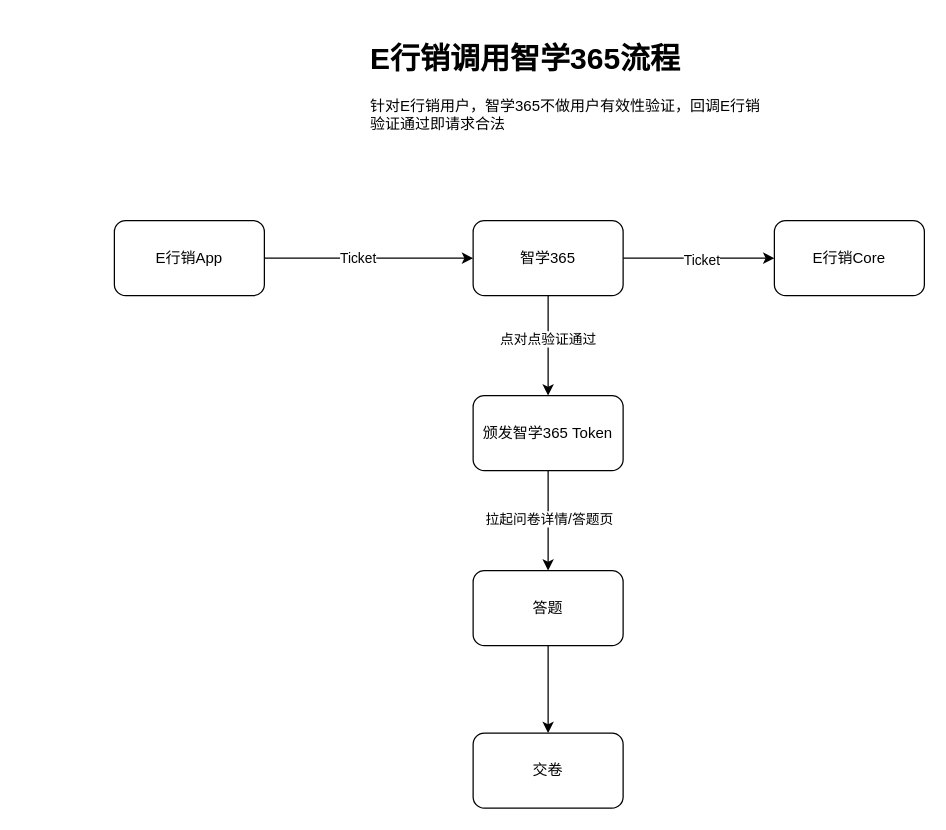
Before: E行销问卷流程.drawio in rainerpiao/cloud-computing, a draw.io diagram. Source tidied: cells renumbered, new cells numbered last; positions are measured from the earlier drawing's top-left corner, leaving out a move shared by most shapes. Both pictures are drawn from the tidied source at 125%, with x=0, y=0 at pixel (114, 34).
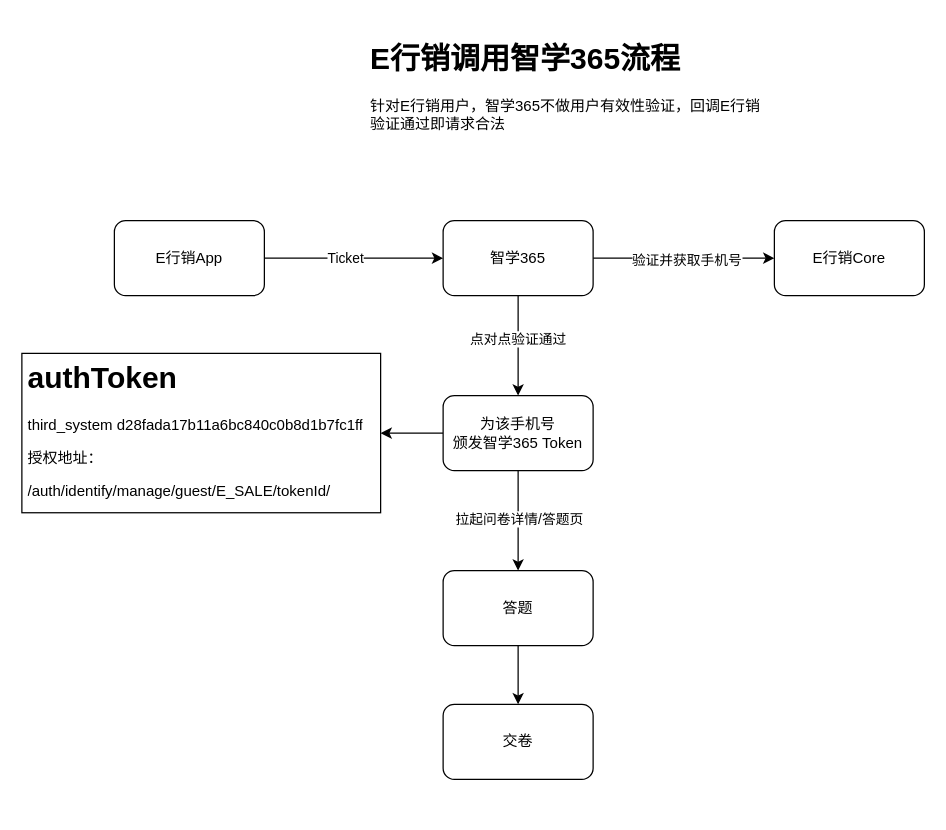
The same diagram, later.

Commit message:
更新E行销问卷流程.drawio

Change to the diagram source:
```diff
@@
 <mxGraphModel>
   <root>
     <mxCell id="0" />
     <mxCell id="1" parent="0" />
     <mxCell id="2" style="edgeStyle=orthogonalEdgeStyle;rounded=0;jettySize=auto;html=1;" parent="1" edge="1" source="4" target="10">
       <mxGeometry relative="1" as="geometry" />
     </mxCell>
     <mxCell id="3" value="Ticket" style="edgeLabel;html=1;align=center;verticalAlign=middle;" parent="2" vertex="1">
       <mxGeometry x="-0.11" y="1" relative="1" as="geometry" />
     </mxCell>
     <mxCell id="4" value="E行销App" style="rounded=1;whiteSpace=wrap;html=1;" parent="1" vertex="1">
       <mxGeometry y="149" width="120" height="60" as="geometry" />
     </mxCell>
     <mxCell id="5" value="&lt;h1&gt;E行销调用智学365流程&lt;/h1&gt;&lt;p&gt;针对E行销用户，智学365不做用户有效性验证，回调E行销验证通过即请求合法&lt;/p&gt;" style="text;html=1;strokeColor=none;fillColor=none;spacing=5;spacingTop=-20;whiteSpace=wrap;overflow=hidden;rounded=0;" parent="1" vertex="1">
       <mxGeometry x="200" width="330" height="80" as="geometry" />
     </mxCell>
     <mxCell id="6" style="edgeStyle=orthogonalEdgeStyle;rounded=0;jettySize=auto;html=1;" parent="1" edge="1" source="10" target="11">
       <mxGeometry relative="1" as="geometry" />
     </mxCell>
-    <mxCell id="7" value="Ticket" style="edgeLabel;html=1;align=center;verticalAlign=middle;" parent="6" vertex="1">
+    <mxCell id="7" value="验证并获取手机号" style="edgeLabel;html=1;align=center;verticalAlign=middle;" parent="6" vertex="1">
       <mxGeometry x="0.02" y="-1" relative="1" as="geometry" />
     </mxCell>
     <mxCell id="8" style="edgeStyle=orthogonalEdgeStyle;rounded=0;jettySize=auto;html=1;" parent="1" edge="1" source="10" target="14">
       <mxGeometry relative="1" as="geometry" />
     </mxCell>
     <mxCell id="9" value="点对点验证通过" style="edgeLabel;html=1;align=center;verticalAlign=middle;" parent="8" vertex="1">
       <mxGeometry x="-0.15" y="-1" relative="1" as="geometry" />
     </mxCell>
     <mxCell id="10" value="智学365" style="rounded=1;whiteSpace=wrap;html=1;" parent="1" vertex="1">
-      <mxGeometry x="287" y="149" width="120" height="60" as="geometry" />
+      <mxGeometry x="263" y="149" width="120" height="60" as="geometry" />
     </mxCell>
     <mxCell id="11" value="E行销Core" style="rounded=1;whiteSpace=wrap;html=1;" parent="1" vertex="1">
       <mxGeometry x="528" y="149" width="120" height="60" as="geometry" />
     </mxCell>
     <mxCell id="12" style="edgeStyle=orthogonalEdgeStyle;rounded=0;jettySize=auto;html=1;" parent="1" edge="1" source="14" target="16">
       <mxGeometry relative="1" as="geometry" />
     </mxCell>
     <mxCell id="13" value="拉起问卷详情/答题页" style="edgeLabel;html=1;align=center;verticalAlign=middle;" parent="12" vertex="1">
       <mxGeometry x="-0.05" relative="1" as="geometry" />
     </mxCell>
+    <mxCell id="18" style="edgeStyle=orthogonalEdgeStyle;rounded=0;jettySize=auto;html=1;" parent="1" edge="1" source="14" target="19">
+      <mxGeometry relative="1" as="geometry" />
+    </mxCell>
-    <mxCell id="14" value="颁发智学365 Token" style="rounded=1;whiteSpace=wrap;html=1;" parent="1" vertex="1">
-      <mxGeometry x="287" y="289" width="120" height="60" as="geometry" />
+    <mxCell id="14" value="为该手机号&lt;br&gt;颁发智学365 Token" style="rounded=1;whiteSpace=wrap;html=1;" parent="1" vertex="1">
+      <mxGeometry x="263" y="289" width="120" height="60" as="geometry" />
     </mxCell>
     <mxCell id="15" style="edgeStyle=orthogonalEdgeStyle;rounded=0;jettySize=auto;html=1;" parent="1" edge="1" source="16" target="17">
       <mxGeometry relative="1" as="geometry" />
     </mxCell>
     <mxCell id="16" value="答题" style="rounded=1;whiteSpace=wrap;html=1;" parent="1" vertex="1">
-      <mxGeometry x="287" y="429" width="120" height="60" as="geometry" />
+      <mxGeometry x="263" y="429" width="120" height="60" as="geometry" />
     </mxCell>
     <mxCell id="17" value="交卷" style="whiteSpace=wrap;html=1;rounded=1;" parent="1" vertex="1">
-      <mxGeometry x="287" y="559" width="120" height="60" as="geometry" />
+      <mxGeometry x="263" y="536" width="120" height="60" as="geometry" />
     </mxCell>
+    <mxCell id="19" value="&lt;h1&gt;authToken&lt;/h1&gt;&lt;p&gt;third_system d28fada17b11a6bc840c0b8d1b7fc1ff&lt;/p&gt;&lt;p&gt;授权地址：&lt;/p&gt;&lt;p&gt;/auth/identify/manage/guest/E_SALE/tokenId/&lt;br&gt;&lt;/p&gt;&lt;p&gt;&lt;br&gt;&lt;/p&gt;&lt;p&gt;&lt;br&gt;&lt;/p&gt;" style="text;html=1;strokeColor=default;fillColor=none;spacing=5;spacingTop=-20;whiteSpace=wrap;overflow=hidden;rounded=0;" parent="1" vertex="1">
+      <mxGeometry x="-74" y="255.2" width="287" height="127.5" as="geometry" />
+    </mxCell>
   </root>
 </mxGraphModel>
```
